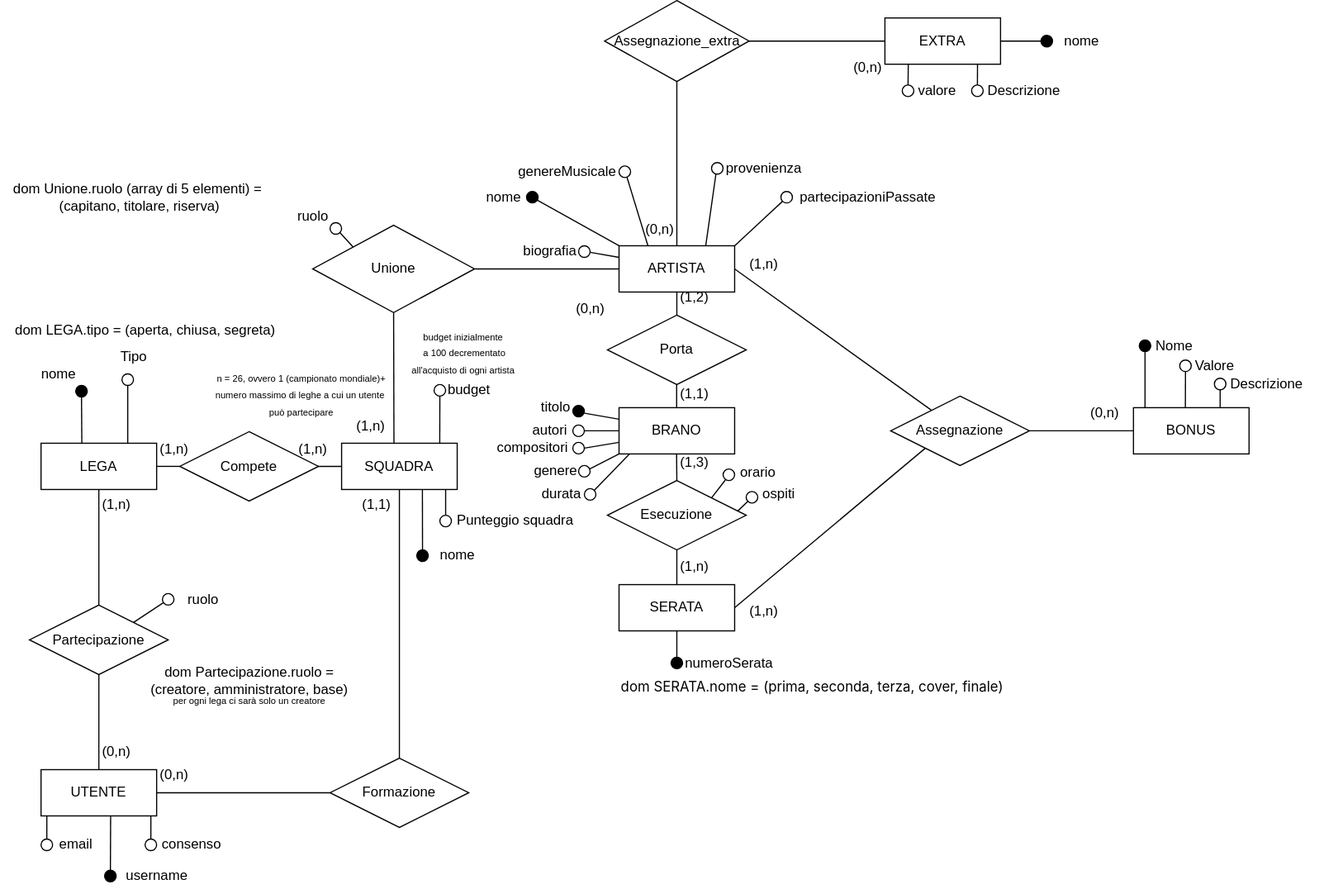
Above: culo_palle_seno.drawio.svg in Gabriele-traversa/basati_datati_storati (draw.io), before the change. Source tidied: cells renumbered, new cells last; positions are measured from the earlier drawing's top-left corner, leaving out a move shared by most shapes.
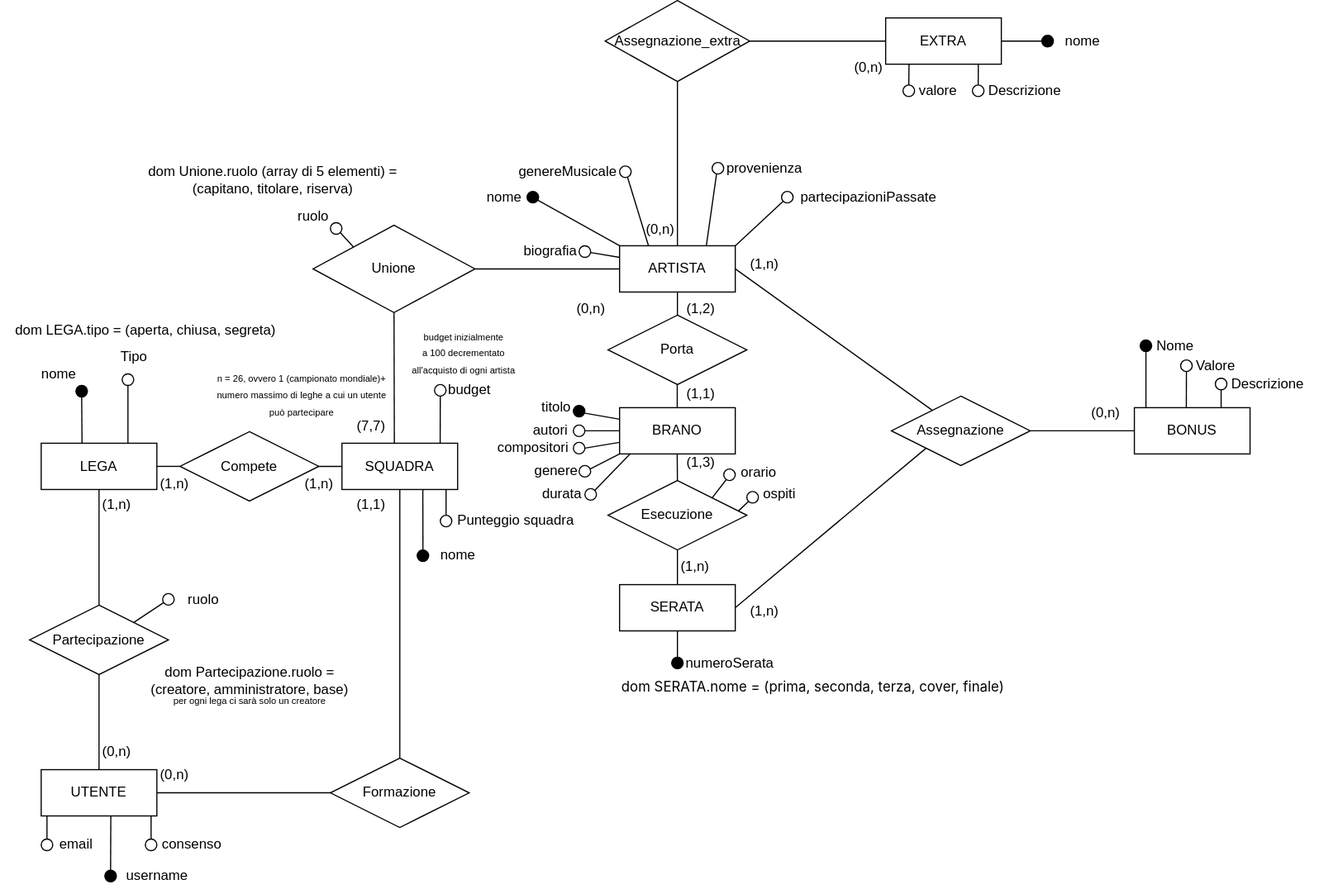
Above is the later version.

Commit message:
mi sono scopoto virginia (magari)

The edit, as a diff of the source:
```diff
@@ -117,13 +117,13 @@
       <mxGeometry x="35" y="382.8" width="100" height="40" as="geometry" />
     </mxCell>
     <mxCell id="37" value="(1,3)" style="text;html=1;align=center;verticalAlign=middle;strokeColor=none;fillColor=none;" parent="1" vertex="1">
-      <mxGeometry x="575" y="385" width="50" height="30" as="geometry" />
+      <mxGeometry x="580" y="385" width="50" height="30" as="geometry" />
     </mxCell>
     <mxCell id="38" value="(1,1)" style="text;html=1;align=center;verticalAlign=middle;strokeColor=none;fillColor=none;" parent="1" vertex="1">
-      <mxGeometry x="575" y="325" width="50" height="30" as="geometry" />
+      <mxGeometry x="580" y="324.8" width="50" height="30" as="geometry" />
     </mxCell>
     <mxCell id="39" value="(1,2)" style="text;html=1;align=center;verticalAlign=middle;strokeColor=none;fillColor=none;" parent="1" vertex="1">
-      <mxGeometry x="575" y="242" width="50" height="30" as="geometry" />
+      <mxGeometry x="580" y="252" width="50" height="30" as="geometry" />
     </mxCell>
     <mxCell id="40" value="(1,n)" style="text;html=1;align=center;verticalAlign=middle;strokeColor=none;fillColor=none;" parent="1" vertex="1">
       <mxGeometry x="575" y="475" width="50" height="30" as="geometry" />
@@ -131,7 +131,7 @@
     <mxCell id="41" value="(0,n)" style="text;html=1;align=center;verticalAlign=middle;strokeColor=none;fillColor=none;" parent="1" vertex="1">
       <mxGeometry x="485" y="252" width="50" height="30" as="geometry" />
     </mxCell>
-    <mxCell id="42" value="(1,n)" style="text;html=1;align=center;verticalAlign=middle;strokeColor=none;fillColor=none;" parent="1" vertex="1">
+    <mxCell id="42" value="(7,7)" style="text;html=1;align=center;verticalAlign=middle;strokeColor=none;fillColor=none;" parent="1" vertex="1">
       <mxGeometry x="295" y="352.8" width="50" height="30" as="geometry" />
     </mxCell>
     <mxCell id="43" style="edgeStyle=none;html=1;exitX=0;exitY=0;exitDx=0;exitDy=0;endArrow=none;endFill=0;" parent="1" edge="1" source="13" target="44">
@@ -144,13 +144,13 @@
       <mxGeometry x="245" y="172" width="50" height="30" as="geometry" />
     </mxCell>
     <mxCell id="46" value="dom Unione.ruolo (array di 5 elementi) =&amp;nbsp;&lt;br&gt;&lt;span style=&quot;background-color: transparent;&quot;&gt;&lt;font style=&quot;color: rgb(0, 0, 0);&quot;&gt;(capitano, titolare, riserva)&lt;/font&gt;&lt;/span&gt;" style="text;html=1;align=center;verticalAlign=middle;strokeColor=none;fillColor=none;" parent="1" vertex="1">
-      <mxGeometry y="150" width="240" height="40" as="geometry" />
+      <mxGeometry x="115" y="135" width="240" height="40" as="geometry" />
     </mxCell>
     <mxCell id="47" value="(1,n)" style="text;html=1;align=center;verticalAlign=middle;strokeColor=none;fillColor=none;" parent="1" vertex="1">
-      <mxGeometry x="245" y="372.8" width="50" height="30" as="geometry" />
+      <mxGeometry x="250" y="402.8" width="50" height="30" as="geometry" />
     </mxCell>
     <mxCell id="48" value="(1,n)" style="text;html=1;align=center;verticalAlign=middle;strokeColor=none;fillColor=none;" parent="1" vertex="1">
-      <mxGeometry x="125" y="372.8" width="50" height="30" as="geometry" />
+      <mxGeometry x="125" y="402.8" width="50" height="30" as="geometry" />
     </mxCell>
     <mxCell id="49" value="(1,n)" style="text;html=1;align=center;verticalAlign=middle;strokeColor=none;fillColor=none;" parent="1" vertex="1">
       <mxGeometry x="75" y="420.8" width="50" height="30" as="geometry" />
@@ -159,7 +159,7 @@
       <mxGeometry x="125" y="655" width="50" height="30" as="geometry" />
     </mxCell>
     <mxCell id="51" value="(1,1)" style="text;html=1;align=center;verticalAlign=middle;strokeColor=none;fillColor=none;" parent="1" vertex="1">
-      <mxGeometry x="300" y="420.8" width="50" height="30" as="geometry" />
+      <mxGeometry x="295" y="420.8" width="50" height="30" as="geometry" />
     </mxCell>
     <mxCell id="52" value="(0,n)" style="text;html=1;align=center;verticalAlign=middle;strokeColor=none;fillColor=none;" parent="1" vertex="1">
       <mxGeometry x="75" y="635" width="50" height="30" as="geometry" />
```
